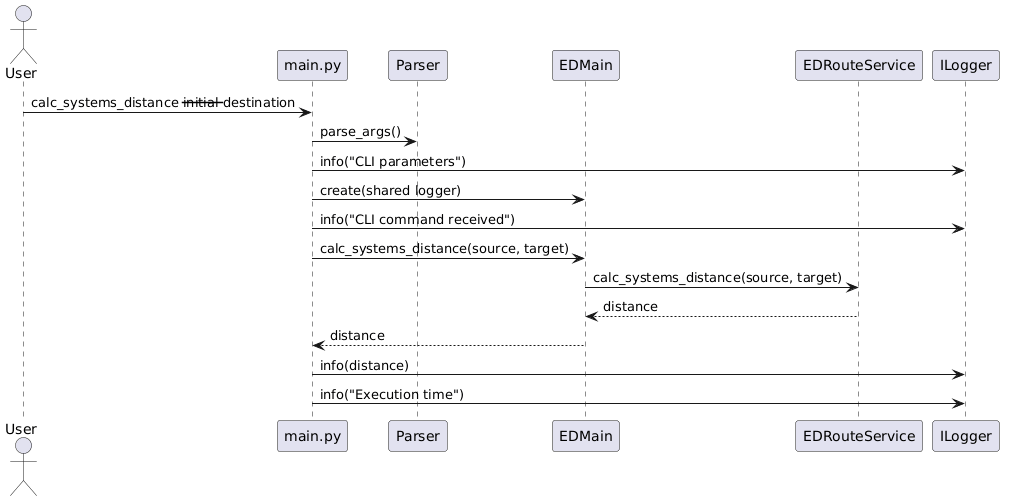
fazleskhan/elite_dangerous_discord_tools keeps this PlantUML diagram as docs/diagrams/cli/cli_calc_systems_distance_flow.png. Above is the earlier version. Source of this version:
```plantuml
@startuml
actor User
participant "main.py" as Main
participant Parser
participant EDMain
participant EDRouteService as RouteService
participant ILogger as Logger

User -> Main: calc_systems_distance --initial --destination
Main -> Parser: parse_args()
Main -> Logger: info("CLI parameters")
Main -> EDMain: create(shared logger)
Main -> Logger: info("CLI command received")
Main -> EDMain: calc_systems_distance(source, target)
EDMain -> RouteService: calc_systems_distance(source, target)
RouteService --> EDMain: distance
EDMain --> Main: distance
Main -> Logger: info(distance)
Main -> Logger: info("Execution time")
@enduml
```
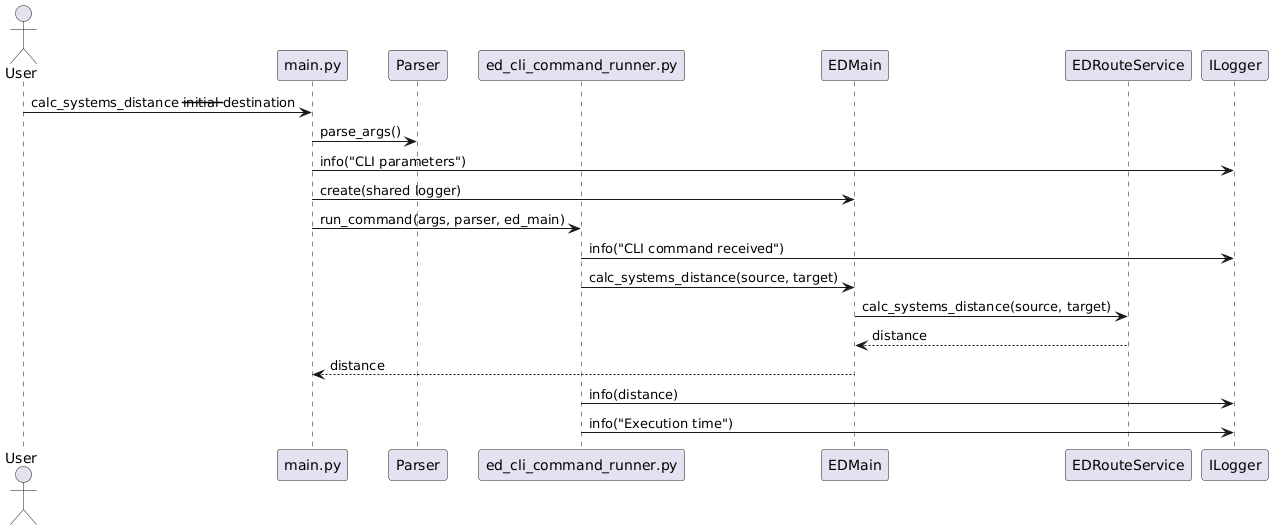
The same diagram one commit later.

What changed in the source:
```diff
@@ -2,6 +2,7 @@
 actor User
 participant "main.py" as Main
 participant Parser
+participant "ed_cli_command_runner.py" as CommandRunner
 participant EDMain
 participant EDRouteService as RouteService
 participant ILogger as Logger
@@ -10,11 +11,12 @@
 Main -> Parser: parse_args()
 Main -> Logger: info("CLI parameters")
 Main -> EDMain: create(shared logger)
-Main -> Logger: info("CLI command received")
-Main -> EDMain: calc_systems_distance(source, target)
+Main -> CommandRunner: run_command(args, parser, ed_main)
+CommandRunner -> Logger: info("CLI command received")
+CommandRunner -> EDMain: calc_systems_distance(source, target)
 EDMain -> RouteService: calc_systems_distance(source, target)
 RouteService --> EDMain: distance
 EDMain --> Main: distance
-Main -> Logger: info(distance)
-Main -> Logger: info("Execution time")
+CommandRunner -> Logger: info(distance)
+CommandRunner -> Logger: info("Execution time")
 @enduml
```
